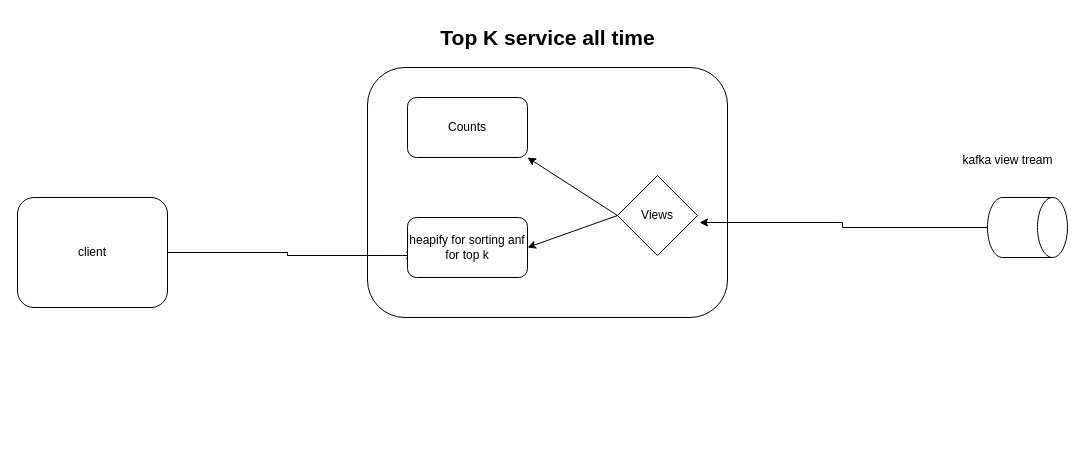
This is youtube/TopKviews.drawio from vemarajusaikrishna/hld, a draw.io file, before an edit. Source tidied: cells renumbered, new cells numbered last; positions are measured from the earlier drawing's top-left corner, leaving out a move shared by most shapes. Both pictures are drawn from the tidied source at 100%, with x=0, y=0 at pixel (17, 17).
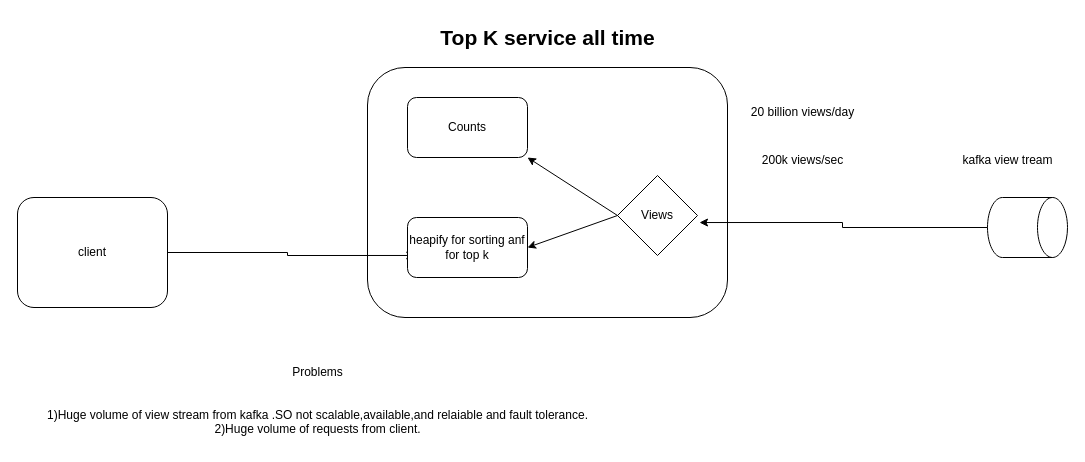
The same diagram, later.

Diff of the diagram source:
```diff
@@
 <mxGraphModel>
   <root>
     <mxCell id="0" />
     <mxCell id="1" parent="0" />
     <mxCell id="2" style="rounded=1;whiteSpace=wrap;html=1;" parent="1" vertex="1">
       <mxGeometry x="350" y="50" width="360" height="250" as="geometry" />
     </mxCell>
     <mxCell id="3" value="client" style="rounded=1;whiteSpace=wrap;html=1;" parent="1" vertex="1">
       <mxGeometry y="180" width="150" height="110" as="geometry" />
     </mxCell>
     <mxCell id="4" style="edgeStyle=orthogonalEdgeStyle;rounded=0;jettySize=auto;html=1;entryX=0.061;entryY=0.633;entryDx=0;entryDy=0;entryPerimeter=0;" parent="1" edge="1" source="3" target="9">
       <mxGeometry relative="1" as="geometry" />
     </mxCell>
     <mxCell id="5" style="shape=cylinder3;whiteSpace=wrap;html=1;boundedLbl=1;backgroundOutline=1;size=15;rotation=90;" parent="1" vertex="1">
       <mxGeometry x="980" y="170" width="60" height="80" as="geometry" />
     </mxCell>
     <mxCell id="6" value="kafka view tream" style="text;html=1;align=center;verticalAlign=middle;strokeColor=none;fillColor=none;" parent="1" vertex="1">
       <mxGeometry x="935" y="128" width="110" height="30" as="geometry" />
     </mxCell>
     <mxCell id="7" value="&lt;b&gt;&lt;font style=&quot;font-size: 21px;&quot;&gt;Top K service all time&lt;/font&gt;&lt;/b&gt;" style="text;html=1;align=center;verticalAlign=middle;strokeColor=none;fillColor=none;" parent="1" vertex="1">
       <mxGeometry x="410" width="240" height="40" as="geometry" />
     </mxCell>
     <mxCell id="8" value="Counts" style="rounded=1;whiteSpace=wrap;html=1;" parent="1" vertex="1">
       <mxGeometry x="390" y="80" width="120" height="60" as="geometry" />
     </mxCell>
     <mxCell id="9" value="heapify for sorting anf for top k" style="rounded=1;whiteSpace=wrap;html=1;" parent="1" vertex="1">
       <mxGeometry x="390" y="200" width="120" height="60" as="geometry" />
     </mxCell>
     <mxCell id="10" value="Views" style="rhombus;whiteSpace=wrap;html=1;" parent="1" vertex="1">
       <mxGeometry x="600" y="158" width="80" height="80" as="geometry" />
     </mxCell>
     <mxCell id="11" style="edgeStyle=orthogonalEdgeStyle;rounded=0;jettySize=auto;html=1;entryX=1.025;entryY=0.588;entryDx=0;entryDy=0;entryPerimeter=0;" parent="1" edge="1" source="5" target="10">
       <mxGeometry relative="1" as="geometry" />
     </mxCell>
     <mxCell id="12" style="endArrow=classic;html=1;rounded=0;exitX=0;exitY=0.5;exitDx=0;exitDy=0;entryX=1;entryY=1;entryDx=0;entryDy=0;" parent="1" edge="1" source="10" target="8">
       <mxGeometry relative="1" as="geometry" />
     </mxCell>
     <mxCell id="13" style="endArrow=classic;html=1;rounded=0;entryX=1;entryY=0.5;entryDx=0;entryDy=0;exitX=0;exitY=0.5;exitDx=0;exitDy=0;" parent="1" edge="1" source="10" target="9">
       <mxGeometry relative="1" as="geometry" />
     </mxCell>
+    <mxCell id="14" value="Problems&lt;div&gt;&lt;br&gt;&lt;/div&gt;&lt;div&gt;&lt;br&gt;&lt;/div&gt;&lt;div&gt;1)Huge volume of view stream from kafka .SO not scalable,available,and relaiable and fault tolerance.&lt;/div&gt;&lt;div&gt;2)Huge volume of requests from client.&lt;/div&gt;" style="text;html=1;align=center;verticalAlign=middle;strokeColor=none;fillColor=none;" parent="1" vertex="1">
+      <mxGeometry x="20" y="338" width="560" height="90" as="geometry" />
+    </mxCell>
+    <mxCell id="15" value="20 billion views/day" style="text;html=1;align=center;verticalAlign=middle;strokeColor=none;fillColor=none;" parent="1" vertex="1">
+      <mxGeometry x="720" y="80" width="130" height="30" as="geometry" />
+    </mxCell>
+    <mxCell id="16" value="200k views/sec" style="text;html=1;align=center;verticalAlign=middle;strokeColor=none;fillColor=none;" parent="1" vertex="1">
+      <mxGeometry x="735" y="128" width="100" height="30" as="geometry" />
+    </mxCell>
   </root>
 </mxGraphModel>
```
